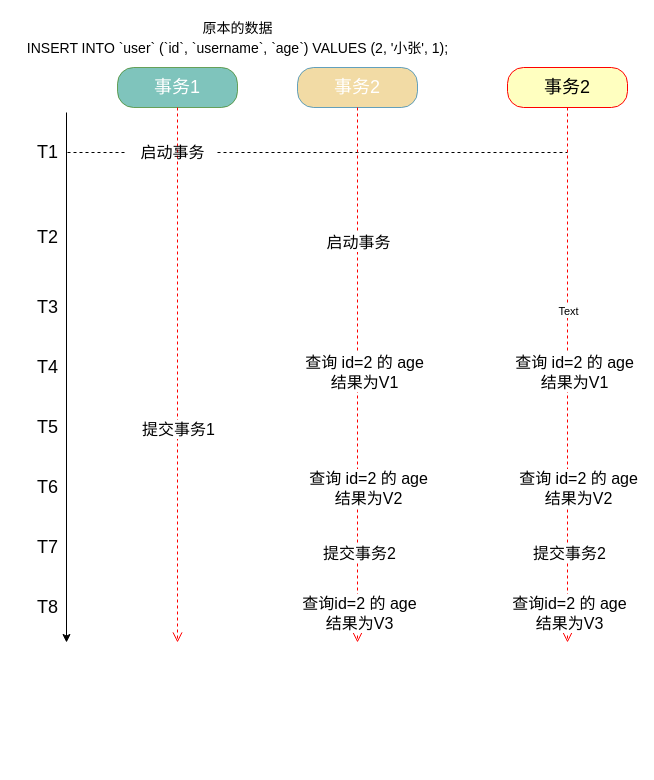
boilingfrog/Go-POINT keeps this draw.io diagram as page "mysql-acid-durability" (1 of 15) of mysql/mysql.drawio. Above is the earlier version. Source tidied: cells renumbered, new cells numbered last; positions are measured from the earlier drawing's top-left corner, leaving out a move shared by most shapes. Both pictures are drawn from the tidied source at 100%, with x=0, y=0 at pixel (17, 17).
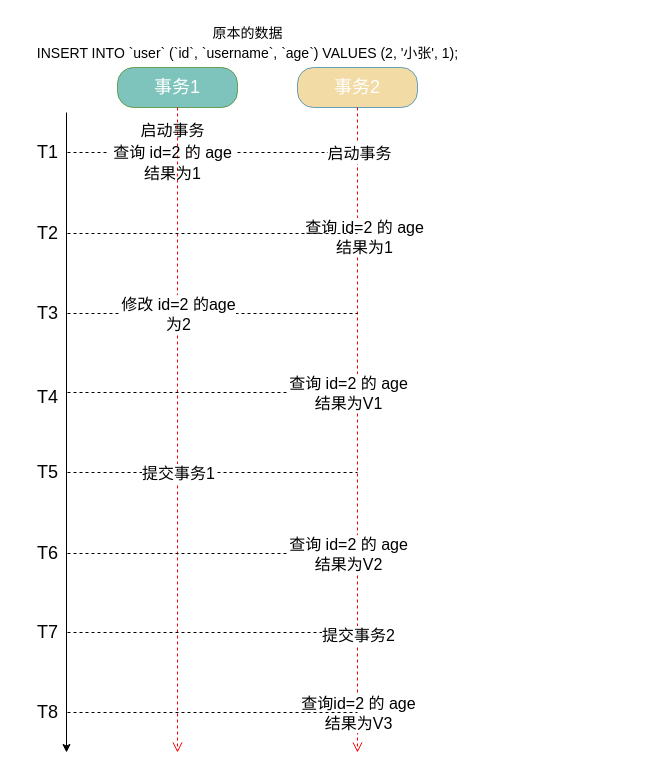
After the change.

Unchanged cells that the change refers to:
```xml
<mxCell id="5" value="事务1" style="rounded=1;whiteSpace=wrap;html=1;arcSize=40;fontColor=#ffffff;fillColor=#2A9D8F;strokeColor=#2D7600;fillStyle=auto;fontSize=18;opacity=60;" parent="1" vertex="1">
  <mxGeometry x="100" y="50" width="120" height="40" as="geometry" />
</mxCell>
<mxCell id="8" value="事务2" style="rounded=1;whiteSpace=wrap;html=1;arcSize=40;fontColor=#ffffff;fillColor=#E9C46A;strokeColor=#006EAF;fillStyle=auto;fontSize=18;opacity=60;" parent="1" vertex="1">
  <mxGeometry x="280" y="50" width="120" height="40" as="geometry" />
</mxCell>
```

Diff of the diagram source:
```diff
@@
     <mxCell id="2" style="endArrow=classic;html=1;fontSize=18;" parent="1" edge="1">
       <mxGeometry relative="1" as="geometry">
         <mxPoint x="49" y="95" as="sourcePoint" />
-        <mxPoint x="49" y="625" as="targetPoint" />
+        <mxPoint x="49" y="735" as="targetPoint" />
       </mxGeometry>
     </mxCell>
     <mxCell id="3" style="edgeStyle=none;html=1;dashed=1;endArrow=none;endFill=0;startArrow=none;" parent="1" edge="1" source="31">
       <mxGeometry relative="1" as="geometry">
-        <mxPoint x="550" y="135" as="targetPoint" />
+        <mxPoint x="340" y="135" as="targetPoint" />
       </mxGeometry>
     </mxCell>
@@
-    <mxCell id="6" style="edgeStyle=orthogonalEdgeStyle;html=1;verticalAlign=bottom;endArrow=open;endSize=8;strokeColor=#ff0000;fontSize=18;rounded=0;dashed=1;" parent="1" edge="1" source="5">
+    <mxCell id="6" style="edgeStyle=orthogonalEdgeStyle;html=1;verticalAlign=bottom;endArrow=open;endSize=8;strokeColor=#FF0000;fontSize=18;rounded=0;dashed=1;fillColor=#6a00ff;" parent="1" edge="1" source="5">
       <mxGeometry relative="1" as="geometry">
-        <mxPoint x="160" y="625" as="targetPoint" />
+        <mxPoint x="160" y="735" as="targetPoint" />
       </mxGeometry>
     </mxCell>
-    <mxCell id="7" value="提交事务1" style="edgeLabel;html=1;align=center;verticalAlign=middle;fontSize=16;" parent="6" vertex="1">
-      <mxGeometry x="0.47" y="-2" relative="1" as="geometry">
-        <mxPoint x="2" y="-72" as="offset" />
-      </mxGeometry>
-    </mxCell>
@@
-    <mxCell id="9" style="edgeStyle=orthogonalEdgeStyle;html=1;verticalAlign=bottom;endArrow=open;endSize=8;strokeColor=#ff0000;fontSize=18;dashed=1;" parent="1" edge="1" source="8">
+    <mxCell id="9" style="edgeStyle=orthogonalEdgeStyle;html=1;verticalAlign=bottom;endArrow=open;endSize=8;strokeColor=#FF0000;fontSize=18;dashed=1;" parent="1" edge="1" source="8">
       <mxGeometry relative="1" as="geometry">
-        <mxPoint x="340" y="625" as="targetPoint" />
+        <mxPoint x="340" y="735" as="targetPoint" />
       </mxGeometry>
     </mxCell>
-    <mxCell id="10" value="启动事务" style="edgeLabel;html=1;align=center;verticalAlign=middle;fontSize=16;" parent="9" vertex="1">
-      <mxGeometry x="-0.22" y="1" relative="1" as="geometry">
-        <mxPoint x="-1" y="-75" as="offset" />
-      </mxGeometry>
-    </mxCell>
-    <mxCell id="11" value="提交事务2" style="edgeLabel;html=1;align=center;verticalAlign=middle;fontSize=16;" parent="9" vertex="1">
-      <mxGeometry x="0.78" y="1" relative="1" as="geometry">
-        <mxPoint y="-31" as="offset" />
-      </mxGeometry>
-    </mxCell>
     <mxCell id="12" value="查询id=2 的 age&lt;br&gt;结果为V3" style="edgeLabel;html=1;align=center;verticalAlign=middle;fontSize=16;" parent="9" vertex="1">
       <mxGeometry x="0.9" y="1" relative="1" as="geometry">
-        <mxPoint y="-3" as="offset" />
+        <mxPoint x="-1" y="-7" as="offset" />
       </mxGeometry>
     </mxCell>
     <mxCell id="13" value="T2" style="text;html=1;align=center;verticalAlign=middle;points=[];strokeColor=none;fillColor=none;fontSize=18;" parent="1" vertex="1">
-      <mxGeometry x="10" y="205" width="40" height="30" as="geometry" />
+      <mxGeometry x="10" y="201" width="40" height="30" as="geometry" />
     </mxCell>
+    <mxCell id="33" style="edgeStyle=none;html=1;dashed=1;fontSize=16;endArrow=none;endFill=0;" parent="1" edge="1" source="14">
+      <mxGeometry relative="1" as="geometry">
+        <mxPoint x="340" y="296" as="targetPoint" />
+      </mxGeometry>
+    </mxCell>
     <mxCell id="14" value="T3" style="text;html=1;align=center;verticalAlign=middle;points=[];strokeColor=none;fillColor=none;fontSize=18;" parent="1" vertex="1">
-      <mxGeometry x="10" y="275" width="40" height="30" as="geometry" />
+      <mxGeometry x="10" y="281" width="40" height="30" as="geometry" />
     </mxCell>
-    <mxCell id="15" value="查询 id=2 的 age&lt;br&gt;结果为V1" style="edgeLabel;html=1;align=center;verticalAlign=middle;fontSize=16;" parent="1" vertex="1">
-      <mxGeometry x="350" y="255" as="geometry">
+    <mxCell id="15" value="查询 id=2 的 age&lt;br&gt;结果为1" style="edgeLabel;html=1;align=center;verticalAlign=middle;fontSize=16;" parent="1" vertex="1">
+      <mxGeometry x="350" y="120" as="geometry">
         <mxPoint x="-4" y="99" as="offset" />
       </mxGeometry>
     </mxCell>
+    <mxCell id="34" style="edgeStyle=none;html=1;dashed=1;fontSize=16;endArrow=none;endFill=0;" parent="1" edge="1">
+      <mxGeometry relative="1" as="geometry">
+        <mxPoint x="50" y="375" as="sourcePoint" />
+        <mxPoint x="340" y="375" as="targetPoint" />
+      </mxGeometry>
+    </mxCell>
+    <mxCell id="35" value="修改 id=2 的age&lt;br&gt;为2" style="edgeLabel;html=1;align=center;verticalAlign=middle;fontSize=16;" parent="34" vertex="1">
+      <mxGeometry x="-0.24" y="2" relative="1" as="geometry">
+        <mxPoint y="-77" as="offset" />
+      </mxGeometry>
+    </mxCell>
     <mxCell id="16" value="T4" style="text;html=1;align=center;verticalAlign=middle;strokeColor=none;fillColor=none;fontSize=18;" parent="1" vertex="1">
-      <mxGeometry x="10" y="335" width="40" height="30" as="geometry" />
+      <mxGeometry x="10" y="365" width="40" height="30" as="geometry" />
     </mxCell>
+    <mxCell id="36" style="edgeStyle=none;html=1;dashed=1;fontSize=16;endArrow=none;endFill=0;" parent="1" edge="1" source="17">
+      <mxGeometry relative="1" as="geometry">
+        <mxPoint x="340" y="455" as="targetPoint" />
+      </mxGeometry>
+    </mxCell>
     <mxCell id="17" value="T5" style="text;html=1;align=center;verticalAlign=middle;points=[];strokeColor=none;fillColor=none;fontSize=18;" parent="1" vertex="1">
-      <mxGeometry x="10" y="395" width="40" height="30" as="geometry" />
+      <mxGeometry x="10" y="440" width="40" height="30" as="geometry" />
     </mxCell>
+    <mxCell id="37" style="edgeStyle=none;html=1;dashed=1;fontSize=16;endArrow=none;endFill=0;" parent="1" edge="1" source="18">
+      <mxGeometry relative="1" as="geometry">
+        <mxPoint x="340" y="536" as="targetPoint" />
+      </mxGeometry>
+    </mxCell>
+    <mxCell id="7" value="提交事务1" style="edgeLabel;html=1;align=center;verticalAlign=middle;fontSize=16;" parent="37" vertex="1">
+      <mxGeometry x="-0.26" y="-1" relative="1" as="geometry">
+        <mxPoint x="3" y="-82" as="offset" />
+      </mxGeometry>
+    </mxCell>
     <mxCell id="18" value="T6" style="text;html=1;align=center;verticalAlign=middle;points=[];strokeColor=none;fillColor=none;fontSize=18;" parent="1" vertex="1">
-      <mxGeometry x="10" y="455" width="40" height="30" as="geometry" />
+      <mxGeometry x="10" y="521" width="40" height="30" as="geometry" />
     </mxCell>
-    <mxCell id="19" value="查询 id=2 的 age&lt;br&gt;结果为V2" style="edgeLabel;html=1;align=center;verticalAlign=middle;fontSize=16;" parent="1" vertex="1">
-      <mxGeometry x="350" y="470" as="geometry" />
+    <mxCell id="19" value="查询 id=2 的 age&lt;br&gt;结果为V1" style="edgeLabel;html=1;align=center;verticalAlign=middle;fontSize=16;" parent="1" vertex="1">
+      <mxGeometry x="330" y="375" as="geometry" />
     </mxCell>
+    <mxCell id="38" style="edgeStyle=none;html=1;dashed=1;fontSize=16;endArrow=none;endFill=0;" parent="1" edge="1" source="20">
+      <mxGeometry relative="1" as="geometry">
+        <mxPoint x="350" y="615" as="targetPoint" />
+      </mxGeometry>
+    </mxCell>
+    <mxCell id="39" value="提交事务2" style="edgeLabel;html=1;align=center;verticalAlign=middle;fontSize=16;" parent="38" vertex="1">
+      <mxGeometry x="0.93" y="-1" relative="1" as="geometry">
+        <mxPoint y="1" as="offset" />
+      </mxGeometry>
+    </mxCell>
     <mxCell id="20" value="T7" style="text;html=1;align=center;verticalAlign=middle;points=[];strokeColor=none;fillColor=none;fontSize=18;" parent="1" vertex="1">
-      <mxGeometry x="10" y="515" width="40" height="30" as="geometry" />
+      <mxGeometry x="10" y="600" width="40" height="30" as="geometry" />
     </mxCell>
+    <mxCell id="40" style="edgeStyle=none;html=1;dashed=1;fontSize=16;endArrow=none;endFill=0;" parent="1" edge="1" source="21">
+      <mxGeometry relative="1" as="geometry">
+        <mxPoint x="340" y="695" as="targetPoint" />
+      </mxGeometry>
+    </mxCell>
     <mxCell id="21" value="T8" style="text;html=1;align=center;verticalAlign=middle;points=[];strokeColor=none;fillColor=none;fontSize=18;" parent="1" vertex="1">
-      <mxGeometry x="10" y="575" width="40" height="30" as="geometry" />
+      <mxGeometry x="10" y="680" width="40" height="30" as="geometry" />
     </mxCell>
@@
     <mxCell id="23" value="&lt;font style=&quot;font-size: 14px&quot;&gt;原本的数据&lt;br&gt;INSERT INTO `user` (`id`, `username`, `age`) VALUES (2, '小张', 1);&lt;/font&gt;" style="text;html=1;align=center;verticalAlign=middle;strokeColor=none;fillColor=none;fontSize=16;" parent="1" vertex="1">
-      <mxGeometry width="440" height="40" as="geometry" />
+      <mxGeometry x="10" y="5" width="440" height="40" as="geometry" />
     </mxCell>
-    <mxCell id="24" value="事务2" style="rounded=1;whiteSpace=wrap;html=1;arcSize=40;fontColor=#000000;fillColor=#ffffc0;strokeColor=#ff0000;fillStyle=auto;fontSize=18;" parent="1" vertex="1">
-      <mxGeometry x="490" y="50" width="120" height="40" as="geometry" />
-    </mxCell>
-    <mxCell id="25" style="edgeStyle=orthogonalEdgeStyle;html=1;verticalAlign=bottom;endArrow=open;endSize=8;strokeColor=#ff0000;fontSize=18;dashed=1;" parent="1" edge="1" source="24">
-      <mxGeometry relative="1" as="geometry">
-        <mxPoint x="550" y="625" as="targetPoint" />
-      </mxGeometry>
-    </mxCell>
-    <mxCell id="26" value="提交事务2" style="edgeLabel;html=1;align=center;verticalAlign=middle;fontSize=16;" parent="25" vertex="1">
-      <mxGeometry x="0.78" y="1" relative="1" as="geometry">
-        <mxPoint y="-31" as="offset" />
-      </mxGeometry>
-    </mxCell>
-    <mxCell id="27" value="查询id=2 的 age&lt;br&gt;结果为V3" style="edgeLabel;html=1;align=center;verticalAlign=middle;fontSize=16;" parent="25" vertex="1">
-      <mxGeometry x="0.9" y="1" relative="1" as="geometry">
-        <mxPoint y="-3" as="offset" />
-      </mxGeometry>
-    </mxCell>
-    <mxCell id="28" value="Text" style="edgeLabel;html=1;align=center;verticalAlign=middle;" parent="25" vertex="1">
-      <mxGeometry x="-0.24" relative="1" as="geometry" />
-    </mxCell>
-    <mxCell id="29" value="查询 id=2 的 age&lt;br&gt;结果为V1" style="edgeLabel;html=1;align=center;verticalAlign=middle;fontSize=16;" parent="1" vertex="1">
-      <mxGeometry x="560" y="255" as="geometry">
-        <mxPoint x="-4" y="99" as="offset" />
-      </mxGeometry>
-    </mxCell>
-    <mxCell id="30" value="查询 id=2 的 age&lt;br&gt;结果为V2" style="edgeLabel;html=1;align=center;verticalAlign=middle;fontSize=16;" parent="1" vertex="1">
-      <mxGeometry x="560" y="470" as="geometry" />
-    </mxCell>
-    <mxCell id="31" value="&lt;font style=&quot;font-size: 16px&quot;&gt;启动事务&lt;br&gt;&lt;/font&gt;" style="text;html=1;align=center;verticalAlign=middle;points=[];strokeColor=none;fillColor=none;fontSize=18;" parent="1" vertex="1">
-      <mxGeometry x="110" y="115" width="90" height="40" as="geometry" />
+    <mxCell id="31" value="&lt;font style=&quot;font-size: 16px&quot;&gt;启动事务&lt;br&gt;查询 id=2 的 age&lt;br&gt;结果为1&lt;br&gt;&lt;/font&gt;" style="text;html=1;align=center;verticalAlign=middle;points=[];strokeColor=none;fillColor=none;fontSize=18;" parent="1" vertex="1">
+      <mxGeometry x="90" y="100" width="130" height="70" as="geometry" />
     </mxCell>
@@
+    <mxCell id="41" style="edgeStyle=none;html=1;dashed=1;fontSize=18;endArrow=none;endFill=0;" parent="1" edge="1" source="13">
+      <mxGeometry relative="1" as="geometry">
+        <mxPoint x="340" y="216" as="targetPoint" />
+      </mxGeometry>
+    </mxCell>
+    <mxCell id="10" value="&lt;font style=&quot;font-size: 16px&quot;&gt;启动事务&lt;/font&gt;" style="edgeLabel;html=1;align=center;verticalAlign=middle;fontSize=18;" parent="41" vertex="1">
+      <mxGeometry x="0.15" y="-2" relative="1" as="geometry">
+        <mxPoint x="124" y="-83" as="offset" />
+      </mxGeometry>
+    </mxCell>
+    <mxCell id="30" value="查询 id=2 的 age&lt;br&gt;结果为V2" style="edgeLabel;html=1;align=center;verticalAlign=middle;fontSize=16;" parent="1" vertex="1">
+      <mxGeometry x="330" y="536" as="geometry" />
+    </mxCell>
```
